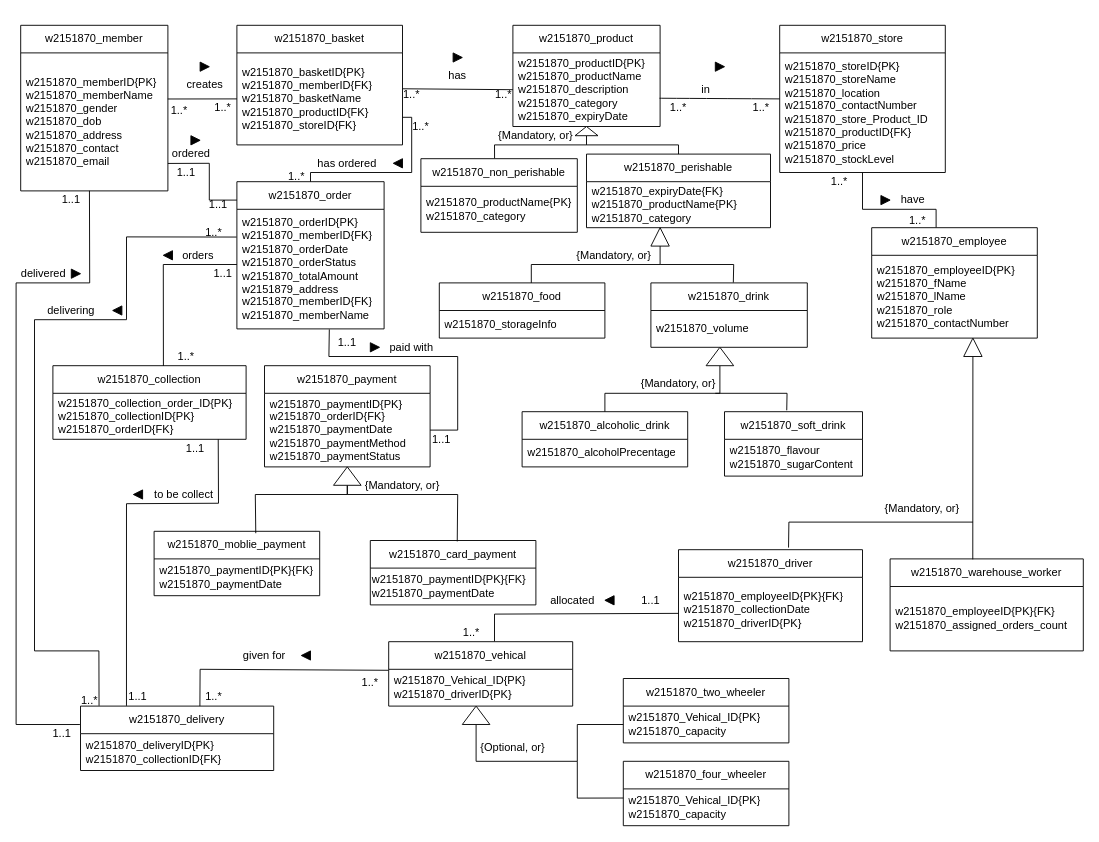
Yoda200512/skills-introduction-to-github keeps this draw.io diagram as question7.drawio. Above is the earlier version. Source tidied: cells renumbered, new cells numbered last; positions are measured from the earlier drawing's top-left corner, leaving out a move shared by most shapes. Both pictures are drawn from the tidied source at 92%, with x=0, y=0 at pixel (16, 25).
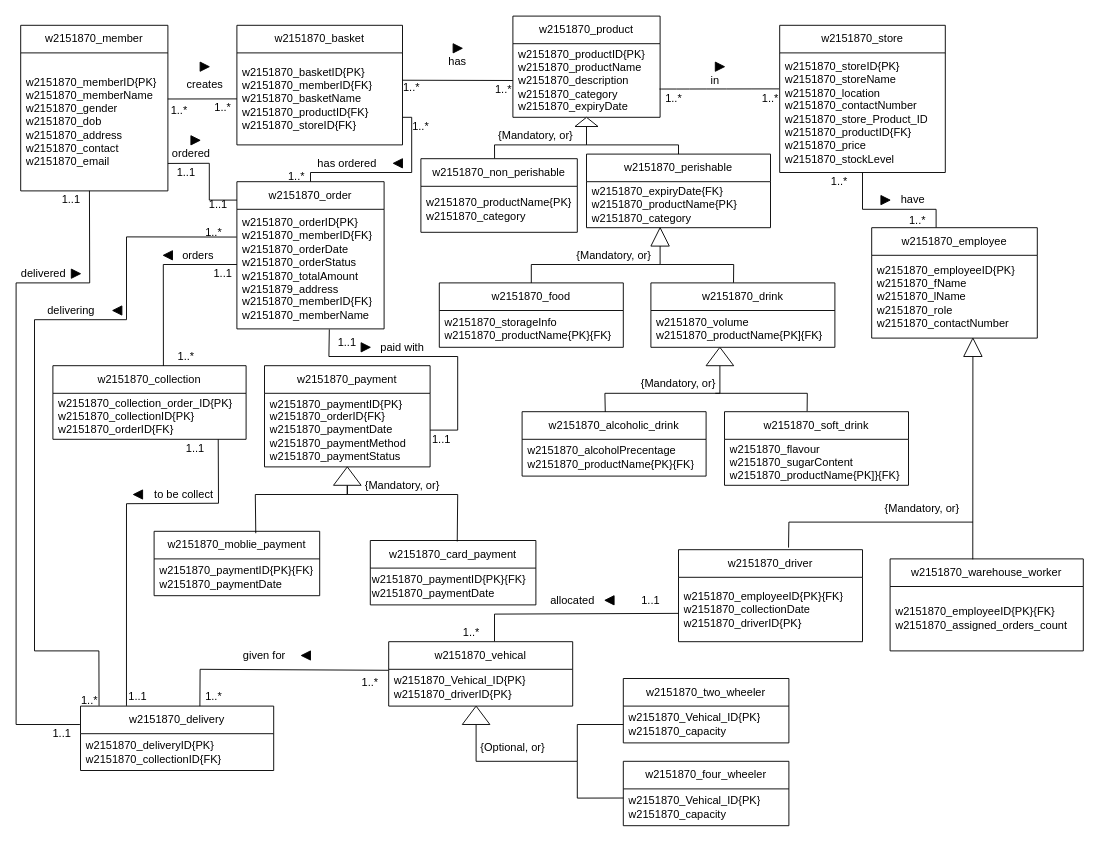
After the change.

Unchanged cells that the change refers to:
```xml
<mxCell id="5" value="&lt;span style=&quot;text-align: center;&quot;&gt;w2151870_&lt;/span&gt;basketID{PK}&lt;br&gt;&lt;div&gt;&lt;span style=&quot;text-align: center; background-color: transparent; color: light-dark(rgb(0, 0, 0), rgb(255, 255, 255));&quot;&gt;w2151870_&lt;/span&gt;memberID{FK}&lt;/div&gt;&lt;div&gt;&lt;span style=&quot;text-align: center; background-color: transparent; color: light-dark(rgb(0, 0, 0), rgb(255, 255, 255));&quot;&gt;w2151870_&lt;/span&gt;basketName&lt;/div&gt;&lt;div&gt;w2151870_productID{FK}&lt;/div&gt;&lt;div&gt;w2151870_storeID{FK}&lt;/div&gt;" style="text;strokeColor=none;fillColor=none;align=left;verticalAlign=middle;spacingLeft=4;spacingRight=4;overflow=hidden;points=[[0,0.5],[1,0.5]];portConstraint=eastwest;whiteSpace=wrap;html=1;" parent="4" vertex="1">
  <mxGeometry y="30" width="180" height="100" as="geometry" />
</mxCell>
<mxCell id="7" value="&lt;span style=&quot;text-align: center;&quot;&gt;w2151870_&lt;/span&gt;productID{PK}&lt;br&gt;&lt;div&gt;&lt;span style=&quot;text-align: center; background-color: transparent; color: light-dark(rgb(0, 0, 0), rgb(255, 255, 255));&quot;&gt;w2151870_&lt;/span&gt;productName&lt;/div&gt;&lt;div&gt;&lt;span style=&quot;text-align: center; background-color: transparent; color: light-dark(rgb(0, 0, 0), rgb(255, 255, 255));&quot;&gt;w2151870_&lt;/span&gt;&lt;span style=&quot;background-color: transparent; color: light-dark(rgb(0, 0, 0), rgb(255, 255, 255));&quot;&gt;description&lt;/span&gt;&lt;/div&gt;&lt;div&gt;&lt;span style=&quot;text-align: center; background-color: transparent; color: light-dark(rgb(0, 0, 0), rgb(255, 255, 255));&quot;&gt;w2151870_&lt;/span&gt;&lt;span style=&quot;background-color: transparent; color: light-dark(rgb(0, 0, 0), rgb(255, 255, 255));&quot;&gt;category&lt;/span&gt;&lt;/div&gt;&lt;div&gt;&lt;span style=&quot;text-align: center; background-color: transparent; color: light-dark(rgb(0, 0, 0), rgb(255, 255, 255));&quot;&gt;w2151870_&lt;/span&gt;&lt;span style=&quot;background-color: transparent; color: light-dark(rgb(0, 0, 0), rgb(255, 255, 255));&quot;&gt;expiryDate&lt;/span&gt;&lt;/div&gt;" style="text;strokeColor=none;fillColor=none;align=left;verticalAlign=middle;spacingLeft=4;spacingRight=4;overflow=hidden;points=[[0,0.5],[1,0.5]];portConstraint=eastwest;whiteSpace=wrap;html=1;" parent="6" vertex="1">
  <mxGeometry y="30" width="160" height="80" as="geometry" />
</mxCell>
<mxCell id="15" value="&lt;span style=&quot;text-align: center;&quot;&gt;w2151870_&lt;/span&gt;storeID{PK}&lt;div&gt;w2151870_storeName&lt;/div&gt;&lt;div&gt;&lt;span style=&quot;text-align: center; background-color: transparent; color: light-dark(rgb(0, 0, 0), rgb(255, 255, 255));&quot;&gt;w2151870_&lt;/span&gt;location&lt;/div&gt;&lt;div&gt;&lt;span style=&quot;text-align: center; background-color: transparent; color: light-dark(rgb(0, 0, 0), rgb(255, 255, 255));&quot;&gt;w2151870_&lt;/span&gt;contactNumber&lt;/div&gt;&lt;div&gt;&lt;span style=&quot;text-align: center;&quot;&gt;w2151870_&lt;/span&gt;store_Product_ID&lt;/div&gt;&lt;div&gt;&lt;div&gt;&lt;span style=&quot;text-align: center; background-color: transparent; color: light-dark(rgb(0, 0, 0), rgb(255, 255, 255));&quot;&gt;w2151870_&lt;/span&gt;productID{FK}&lt;/div&gt;&lt;div&gt;&lt;span style=&quot;text-align: center; background-color: transparent; color: light-dark(rgb(0, 0, 0), rgb(255, 255, 255));&quot;&gt;w2151870_&lt;/span&gt;price&lt;/div&gt;&lt;div&gt;&lt;span style=&quot;text-align: center; background-color: transparent; color: light-dark(rgb(0, 0, 0), rgb(255, 255, 255));&quot;&gt;w2151870_&lt;/span&gt;stockLevel&lt;/div&gt;&lt;/div&gt;" style="text;strokeColor=none;fillColor=none;align=left;verticalAlign=middle;spacingLeft=4;spacingRight=4;overflow=hidden;points=[[0,0.5],[1,0.5]];portConstraint=eastwest;whiteSpace=wrap;html=1;" parent="14" vertex="1">
  <mxGeometry y="30" width="180" height="130" as="geometry" />
</mxCell>
<mxCell id="58" style="triangle;whiteSpace=wrap;html=1;direction=north;" parent="1" vertex="1">
  <mxGeometry x="750" y="350" width="30" height="20" as="geometry" />
</mxCell>
```

What changed in the source:
```diff
@@
     <mxCell id="6" value="w2151870_product" style="swimlane;fontStyle=0;horizontal=1;startSize=30;whiteSpace=wrap;html=1;" parent="1" vertex="1">
-      <mxGeometry x="540" width="160" height="110" as="geometry" />
+      <mxGeometry x="540" y="-10" width="160" height="110" as="geometry" />
     </mxCell>
@@
     <mxCell id="28" value="w2151870_soft_drink" style="swimlane;fontStyle=0;horizontal=1;startSize=30;whiteSpace=wrap;html=1;" parent="1" vertex="1">
-      <mxGeometry x="770" y="420" width="150" height="70" as="geometry" />
+      <mxGeometry x="770" y="420" width="200" height="80" as="geometry" />
     </mxCell>
-    <mxCell id="29" value="w2151870_flavour&lt;div&gt;w2151870_sugarContent&lt;/div&gt;" style="text;strokeColor=none;fillColor=none;align=left;verticalAlign=middle;spacingLeft=4;spacingRight=4;overflow=hidden;whiteSpace=wrap;html=1;" parent="28" vertex="1">
-      <mxGeometry y="30" width="150" height="40" as="geometry" />
+    <mxCell id="29" value="w2151870_flavour&lt;div&gt;w2151870_sugarContent&lt;/div&gt;&lt;div&gt;w2151870_productName{PK]}{FK}&lt;/div&gt;" style="text;strokeColor=none;fillColor=none;align=left;verticalAlign=middle;spacingLeft=4;spacingRight=4;overflow=hidden;whiteSpace=wrap;html=1;" parent="28" vertex="1">
+      <mxGeometry y="30" width="200" height="50" as="geometry" />
     </mxCell>
     <mxCell id="30" value="w2151870_alcoholic_drink" style="swimlane;fontStyle=0;horizontal=1;startSize=30;whiteSpace=wrap;html=1;" parent="1" vertex="1">
-      <mxGeometry x="550" y="420" width="180" height="60" as="geometry" />
+      <mxGeometry x="550" y="420" width="200" height="70" as="geometry" />
     </mxCell>
-    <mxCell id="31" value="w2151870_alcoholPrecentage" style="text;strokeColor=none;fillColor=none;align=left;verticalAlign=middle;spacingLeft=4;spacingRight=4;overflow=hidden;whiteSpace=wrap;html=1;" parent="30" vertex="1">
-      <mxGeometry y="30" width="180" height="30" as="geometry" />
+    <mxCell id="31" value="w2151870_alcoholPrecentage&lt;div&gt;w2151870_productName{PK}{FK}&lt;/div&gt;" style="text;strokeColor=none;fillColor=none;align=left;verticalAlign=middle;spacingLeft=4;spacingRight=4;overflow=hidden;whiteSpace=wrap;html=1;" parent="30" vertex="1">
+      <mxGeometry y="30" width="200" height="40" as="geometry" />
     </mxCell>
@@
-    <mxCell id="33" style="endArrow=none;html=1;rounded=0;entryX=0;entryY=0.5;entryDx=0;entryDy=0;exitX=1;exitY=0.39;exitDx=0;exitDy=0;exitPerimeter=0;" parent="1" edge="1" source="5" target="7">
+    <mxCell id="33" style="endArrow=none;html=1;rounded=0;entryX=0;entryY=0.5;entryDx=0;entryDy=0;exitX=1.001;exitY=0.297;exitDx=0;exitDy=0;exitPerimeter=0;" parent="1" edge="1" source="5" target="7">
       <mxGeometry relative="1" as="geometry" />
     </mxCell>
@@
     <mxCell id="44" value="w2151870_drink" style="swimlane;fontStyle=0;horizontal=1;startSize=30;whiteSpace=wrap;html=1;" parent="1" vertex="1">
-      <mxGeometry x="690" y="280" width="170" height="70" as="geometry" />
+      <mxGeometry x="690" y="280" width="200" height="70" as="geometry" />
     </mxCell>
-    <mxCell id="45" value="w2151870_volume" style="text;strokeColor=none;fillColor=none;align=left;verticalAlign=middle;spacingLeft=4;spacingRight=4;overflow=hidden;whiteSpace=wrap;html=1;" parent="44" vertex="1">
-      <mxGeometry y="30" width="170" height="40" as="geometry" />
+    <mxCell id="45" value="w2151870_volume&lt;div&gt;w2151870_productName{PK]{FK}&lt;/div&gt;" style="text;strokeColor=none;fillColor=none;align=left;verticalAlign=middle;spacingLeft=4;spacingRight=4;overflow=hidden;whiteSpace=wrap;html=1;" parent="44" vertex="1">
+      <mxGeometry y="30" width="200" height="40" as="geometry" />
     </mxCell>
     <mxCell id="46" value="w2151870_food" style="swimlane;fontStyle=0;horizontal=1;startSize=30;whiteSpace=wrap;html=1;" parent="1" vertex="1">
-      <mxGeometry x="460" y="280" width="180" height="60" as="geometry" />
+      <mxGeometry x="460" y="280" width="200" height="70" as="geometry" />
     </mxCell>
-    <mxCell id="47" value="w2151870_storageInfo" style="text;strokeColor=none;fillColor=none;align=left;verticalAlign=middle;spacingLeft=4;spacingRight=4;overflow=hidden;whiteSpace=wrap;html=1;" parent="46" vertex="1">
-      <mxGeometry y="30" width="180" height="30" as="geometry" />
+    <mxCell id="47" value="w2151870_storageInfo&lt;div&gt;w2151870_productName{PK}{FK}&lt;/div&gt;" style="text;strokeColor=none;fillColor=none;align=left;verticalAlign=middle;spacingLeft=4;spacingRight=4;overflow=hidden;whiteSpace=wrap;html=1;" parent="46" vertex="1">
+      <mxGeometry y="30" width="200" height="40" as="geometry" />
     </mxCell>
-    <mxCell id="48" style="endArrow=none;html=1;rounded=0;curved=1;exitX=0.996;exitY=0.616;exitDx=0;exitDy=0;exitPerimeter=0;" parent="1" edge="1" source="7">
-      <mxGeometry relative="1" as="geometry">
-        <mxPoint x="830" y="80" as="targetPoint" />
-      </mxGeometry>
+    <mxCell id="48" style="endArrow=none;html=1;rounded=0;curved=1;exitX=0.996;exitY=0.616;exitDx=0;exitDy=0;exitPerimeter=0;entryX=-0.004;entryY=0.301;entryDx=0;entryDy=0;entryPerimeter=0;" parent="1" edge="1" source="7" target="15">
+      <mxGeometry relative="1" as="geometry" />
     </mxCell>
@@
     <mxCell id="52" style="triangle;whiteSpace=wrap;html=1;direction=north;" parent="1" vertex="1">
-      <mxGeometry x="607.5" y="110" width="25" height="10" as="geometry" />
+      <mxGeometry x="607.5" y="100" width="25" height="10" as="geometry" />
     </mxCell>
@@
-    <mxCell id="54" style="endArrow=none;html=1;rounded=0;entryX=0.527;entryY=-0.005;entryDx=0;entryDy=0;entryPerimeter=0;" parent="1" edge="1" target="44">
+    <mxCell id="54" style="endArrow=none;html=1;rounded=0;entryX=0.449;entryY=-0.003;entryDx=0;entryDy=0;entryPerimeter=0;" parent="1" edge="1" target="44">
       <mxGeometry relative="1" as="geometry">
         <mxPoint x="700" y="260" as="sourcePoint" />
         <Array as="points">
           <mxPoint x="780" y="260" />
         </Array>
       </mxGeometry>
     </mxCell>
@@
-    <mxCell id="56" style="endArrow=none;html=1;rounded=0;exitX=0.5;exitY=0;exitDx=0;exitDy=0;entryX=0;entryY=0.5;entryDx=0;entryDy=0;" parent="1" edge="1" source="30" target="58">
+    <mxCell id="56" style="endArrow=none;html=1;rounded=0;exitX=0.452;exitY=0.003;exitDx=0;exitDy=0;entryX=0;entryY=0.5;entryDx=0;entryDy=0;exitPerimeter=0;" parent="1" edge="1" source="30" target="58">
       <mxGeometry relative="1" as="geometry">
         <Array as="points">
           <mxPoint x="640" y="400" />
           <mxPoint x="765" y="400" />
         </Array>
       </mxGeometry>
     </mxCell>
-    <mxCell id="57" style="endArrow=none;html=1;rounded=0;exitX=0.451;exitY=-0.022;exitDx=0;exitDy=0;exitPerimeter=0;" parent="1" edge="1" source="28">
+    <mxCell id="57" style="endArrow=none;html=1;rounded=0;exitX=0.449;exitY=-0.007;exitDx=0;exitDy=0;exitPerimeter=0;" parent="1" edge="1" source="28">
       <mxGeometry relative="1" as="geometry">
         <mxPoint x="760" y="400" as="targetPoint" />
         <Array as="points">
-          <mxPoint x="838" y="400" />
+          <mxPoint x="860" y="400" />
         </Array>
       </mxGeometry>
     </mxCell>
@@
     <mxCell id="77" style="triangle;whiteSpace=wrap;html=1;fillColor=#010101;" parent="1" vertex="1">
-      <mxGeometry x="475" y="30" width="10" height="10" as="geometry" />
+      <mxGeometry x="475" y="20" width="10" height="10" as="geometry" />
     </mxCell>
@@
     <mxCell id="85" style="triangle;whiteSpace=wrap;html=1;fillColor=#010101;" parent="1" vertex="1">
-      <mxGeometry x="385" y="345" width="10" height="10" as="geometry" />
+      <mxGeometry x="375" y="345" width="10" height="10" as="geometry" />
     </mxCell>
@@
     <mxCell id="95" value="1..*" style="text;html=1;whiteSpace=wrap;strokeColor=none;fillColor=none;align=center;verticalAlign=middle;rounded=0;" parent="1" vertex="1">
-      <mxGeometry x="410" y="65" width="40" height="20" as="geometry" />
+      <mxGeometry x="410" y="57.5" width="40" height="20" as="geometry" />
     </mxCell>
     <mxCell id="96" value="1..*" style="text;html=1;whiteSpace=wrap;strokeColor=none;fillColor=none;align=center;verticalAlign=middle;rounded=0;" parent="1" vertex="1">
-      <mxGeometry x="515" y="67.5" width="30" height="17.5" as="geometry" />
+      <mxGeometry x="515" y="61.2" width="30" height="17.5" as="geometry" />
     </mxCell>
     <mxCell id="97" value="has" style="text;html=1;whiteSpace=wrap;strokeColor=none;fillColor=none;align=center;verticalAlign=middle;rounded=0;" parent="1" vertex="1">
-      <mxGeometry x="455" y="45" width="50" height="20" as="geometry" />
+      <mxGeometry x="455" y="30" width="50" height="20" as="geometry" />
     </mxCell>
     <mxCell id="98" value="1..*" style="text;html=1;whiteSpace=wrap;strokeColor=none;fillColor=none;align=center;verticalAlign=middle;rounded=0;" parent="1" vertex="1">
-      <mxGeometry x="700" y="80" width="40" height="20" as="geometry" />
+      <mxGeometry x="695" y="70" width="40" height="20" as="geometry" />
     </mxCell>
     <mxCell id="99" value="1..*" style="text;html=1;whiteSpace=wrap;strokeColor=none;fillColor=none;align=center;verticalAlign=middle;rounded=0;" parent="1" vertex="1">
-      <mxGeometry x="790" y="80" width="40" height="20" as="geometry" />
+      <mxGeometry x="800" y="70" width="40" height="20" as="geometry" />
     </mxCell>
     <mxCell id="100" value="in" style="text;html=1;whiteSpace=wrap;strokeColor=none;fillColor=none;align=center;verticalAlign=middle;rounded=0;" parent="1" vertex="1">
-      <mxGeometry x="730" y="60" width="40" height="20" as="geometry" />
+      <mxGeometry x="740" y="50" width="40" height="20" as="geometry" />
     </mxCell>
@@
     <mxCell id="114" value="paid with" style="text;html=1;whiteSpace=wrap;strokeColor=none;fillColor=none;align=center;verticalAlign=middle;rounded=0;" parent="1" vertex="1">
-      <mxGeometry x="400" y="335" width="60" height="30" as="geometry" />
+      <mxGeometry x="390" y="335" width="60" height="30" as="geometry" />
     </mxCell>
```
